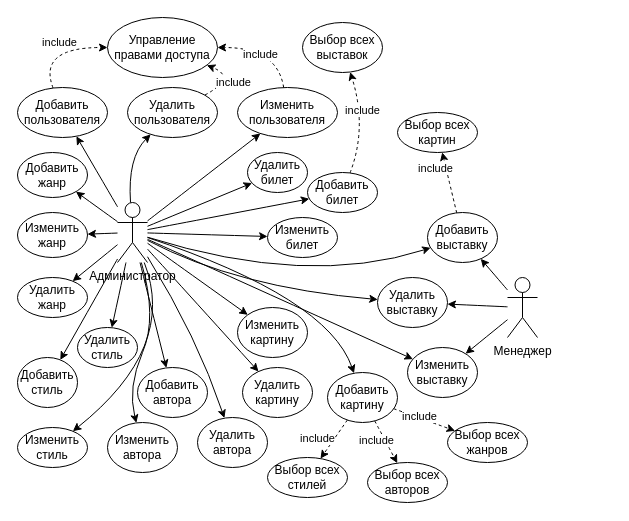
The draw.io diagram docs/UseCase Администрирование.drawio in Effecktus/Galery, before the edit. Source tidied: cells renumbered, new cells numbered last; positions are measured from the earlier drawing's top-left corner, leaving out a move shared by most shapes. Both pictures are drawn from the tidied source at 100%, with x=0, y=0 at pixel (17, 17).
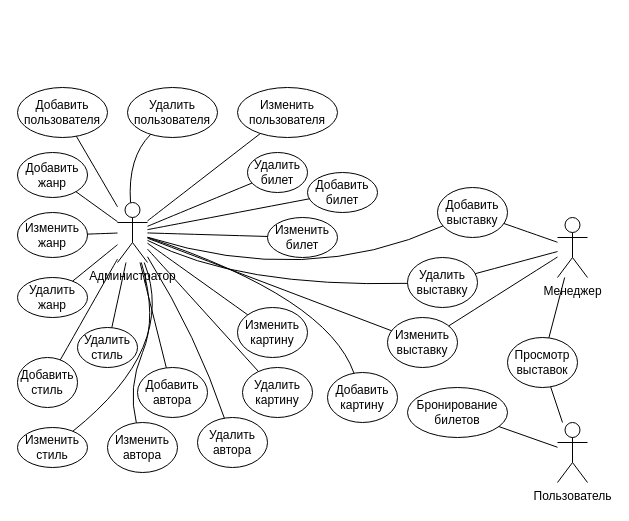
Above is the later version.

The change refers to these unchanged cells:
```xml
<mxCell id="2" value="Администратор" style="shape=umlActor;verticalLabelPosition=bottom;verticalAlign=top;html=1;outlineConnect=0;" parent="1" vertex="1">
  <mxGeometry x="100" y="185" width="30" height="60" as="geometry" />
</mxCell>
<mxCell id="3" value="Добавить пользователя" style="ellipse;whiteSpace=wrap;html=1;" parent="1" vertex="1">
  <mxGeometry y="70" width="90" height="50" as="geometry" />
</mxCell>
<mxCell id="4" value="&lt;div&gt;Изменить&lt;br&gt;пользователя&lt;/div&gt;" style="ellipse;whiteSpace=wrap;html=1;" parent="1" vertex="1">
  <mxGeometry x="220" y="70" width="100" height="50" as="geometry" />
</mxCell>
<mxCell id="5" value="Удалить&lt;div&gt;пользователя&lt;/div&gt;" style="ellipse;whiteSpace=wrap;html=1;" parent="1" vertex="1">
  <mxGeometry x="110" y="70" width="90" height="50" as="geometry" />
</mxCell>
<mxCell id="9" value="Добавить&lt;div&gt;билет&lt;/div&gt;" style="ellipse;whiteSpace=wrap;html=1;" parent="1" vertex="1">
  <mxGeometry x="290" y="155" width="70" height="40" as="geometry" />
</mxCell>
<mxCell id="10" value="Удалить&lt;div&gt;билет&lt;/div&gt;" style="ellipse;whiteSpace=wrap;html=1;" parent="1" vertex="1">
  <mxGeometry x="230" y="135" width="60" height="40" as="geometry" />
</mxCell>
<mxCell id="11" value="Изменить&lt;br&gt;&lt;div&gt;билет&lt;/div&gt;" style="ellipse;whiteSpace=wrap;html=1;" parent="1" vertex="1">
  <mxGeometry x="250" y="200" width="70" height="40" as="geometry" />
</mxCell>
<mxCell id="15" value="Добавить&lt;div&gt;жанр&lt;/div&gt;" style="ellipse;whiteSpace=wrap;html=1;" parent="1" vertex="1">
  <mxGeometry y="135" width="70" height="45" as="geometry" />
</mxCell>
<mxCell id="16" value="Удалить&lt;div&gt;жанр&lt;/div&gt;" style="ellipse;whiteSpace=wrap;html=1;" parent="1" vertex="1">
  <mxGeometry y="260" width="70" height="40" as="geometry" />
</mxCell>
<mxCell id="17" value="Изменить&lt;br&gt;&lt;div&gt;жанр&lt;/div&gt;" style="ellipse;whiteSpace=wrap;html=1;" parent="1" vertex="1">
  <mxGeometry y="195" width="70" height="45" as="geometry" />
</mxCell>
<mxCell id="21" value="Добавить&lt;div&gt;стиль&lt;/div&gt;" style="ellipse;whiteSpace=wrap;html=1;" parent="1" vertex="1">
  <mxGeometry y="340" width="60" height="50" as="geometry" />
</mxCell>
<mxCell id="22" value="Изменить&lt;br&gt;&lt;div&gt;стиль&lt;/div&gt;" style="ellipse;whiteSpace=wrap;html=1;" parent="1" vertex="1">
  <mxGeometry y="410" width="70" height="40" as="geometry" />
</mxCell>
<mxCell id="25" value="Добавить&lt;div&gt;автора&lt;/div&gt;" style="ellipse;whiteSpace=wrap;html=1;" parent="1" vertex="1">
  <mxGeometry x="120" y="350" width="70" height="50" as="geometry" />
</mxCell>
<mxCell id="26" value="Удалить&lt;div&gt;автора&lt;/div&gt;" style="ellipse;whiteSpace=wrap;html=1;" parent="1" vertex="1">
  <mxGeometry x="180" y="400" width="70" height="50" as="geometry" />
</mxCell>
<mxCell id="27" value="Изменить&lt;br&gt;&lt;div&gt;автора&lt;/div&gt;" style="ellipse;whiteSpace=wrap;html=1;" parent="1" vertex="1">
  <mxGeometry x="90" y="405" width="70" height="50" as="geometry" />
</mxCell>
<mxCell id="29" value="Удалить&lt;div&gt;стиль&lt;/div&gt;" style="ellipse;whiteSpace=wrap;html=1;" parent="1" vertex="1">
  <mxGeometry x="60" y="310" width="60" height="40" as="geometry" />
</mxCell>
<mxCell id="53" value="Добавить&lt;div&gt;картину&lt;/div&gt;" style="ellipse;whiteSpace=wrap;html=1;" parent="1" vertex="1">
  <mxGeometry x="310" y="355" width="70" height="50" as="geometry" />
</mxCell>
<mxCell id="54" value="Удалить&lt;div&gt;картину&lt;/div&gt;" style="ellipse;whiteSpace=wrap;html=1;" parent="1" vertex="1">
  <mxGeometry x="225" y="350" width="70" height="50" as="geometry" />
</mxCell>
<mxCell id="55" value="Изменить&lt;br&gt;&lt;div&gt;картину&lt;/div&gt;" style="ellipse;whiteSpace=wrap;html=1;" parent="1" vertex="1">
  <mxGeometry x="220" y="290" width="70" height="50" as="geometry" />
</mxCell>
```

The edit, as a diff of the source:
```diff
@@
-    <mxCell id="6" style="curved=1;endArrow=classic;html=1;rounded=0;" parent="1" edge="1" source="2" target="3">
+    <mxCell id="6" style="curved=1;endArrow=none;html=1;rounded=0;startFill=0;" parent="1" edge="1" source="2" target="3">
       <mxGeometry relative="1" as="geometry" />
     </mxCell>
-    <mxCell id="7" style="curved=1;endArrow=classic;html=1;rounded=0;" parent="1" edge="1" source="2" target="5">
+    <mxCell id="7" style="curved=1;endArrow=none;html=1;rounded=0;startFill=0;" parent="1" edge="1" source="2" target="5">
       <mxGeometry relative="1" as="geometry">
         <Array as="points">
           <mxPoint x="110" y="140" />
         </Array>
       </mxGeometry>
     </mxCell>
-    <mxCell id="8" style="curved=1;endArrow=classic;html=1;rounded=0;" parent="1" edge="1" source="2" target="4">
+    <mxCell id="8" style="curved=1;endArrow=none;html=1;rounded=0;startFill=0;" parent="1" edge="1" source="2" target="4">
       <mxGeometry relative="1" as="geometry" />
     </mxCell>
@@
-    <mxCell id="12" style="curved=1;endArrow=classic;html=1;rounded=0;" parent="1" edge="1" source="2" target="10">
+    <mxCell id="12" style="curved=1;endArrow=none;html=1;rounded=0;startFill=0;" parent="1" edge="1" source="2" target="10">
       <mxGeometry relative="1" as="geometry" />
     </mxCell>
-    <mxCell id="13" style="curved=1;endArrow=classic;html=1;rounded=0;" parent="1" edge="1" source="2" target="9">
+    <mxCell id="13" style="curved=1;endArrow=none;html=1;rounded=0;startFill=0;" parent="1" edge="1" source="2" target="9">
       <mxGeometry relative="1" as="geometry" />
     </mxCell>
-    <mxCell id="14" style="curved=1;endArrow=classic;html=1;rounded=0;" parent="1" edge="1" source="2" target="11">
+    <mxCell id="14" style="curved=1;endArrow=none;html=1;rounded=0;startFill=0;" parent="1" edge="1" source="2" target="11">
       <mxGeometry relative="1" as="geometry" />
     </mxCell>
@@
-    <mxCell id="18" style="curved=1;endArrow=classic;html=1;rounded=0;" parent="1" edge="1" source="2" target="15">
+    <mxCell id="18" style="curved=1;endArrow=none;html=1;rounded=0;startFill=0;" parent="1" edge="1" source="2" target="15">
       <mxGeometry relative="1" as="geometry" />
     </mxCell>
-    <mxCell id="19" style="curved=1;endArrow=classic;html=1;rounded=0;" parent="1" edge="1" source="2" target="17">
+    <mxCell id="19" style="curved=1;endArrow=none;html=1;rounded=0;startFill=0;" parent="1" edge="1" source="2" target="17">
       <mxGeometry relative="1" as="geometry" />
     </mxCell>
-    <mxCell id="20" style="curved=1;endArrow=classic;html=1;rounded=0;" parent="1" edge="1" source="2" target="16">
+    <mxCell id="20" style="curved=1;endArrow=none;html=1;rounded=0;startFill=0;" parent="1" edge="1" source="2" target="16">
       <mxGeometry relative="1" as="geometry" />
     </mxCell>
@@
-    <mxCell id="23" style="curved=1;endArrow=classic;html=1;rounded=0;" parent="1" edge="1" source="2" target="21">
+    <mxCell id="23" style="curved=1;endArrow=none;html=1;rounded=0;startFill=0;" parent="1" edge="1" source="2" target="21">
       <mxGeometry relative="1" as="geometry" />
     </mxCell>
-    <mxCell id="24" style="curved=1;endArrow=classic;html=1;rounded=0;" parent="1" edge="1" source="2" target="22">
+    <mxCell id="24" style="curved=1;endArrow=none;html=1;rounded=0;startFill=0;" parent="1" edge="1" source="2" target="22">
       <mxGeometry relative="1" as="geometry">
         <Array as="points">
           <mxPoint x="160" y="330" />
         </Array>
       </mxGeometry>
     </mxCell>
@@
-    <mxCell id="28" style="curved=1;endArrow=classic;html=1;rounded=0;" parent="1" edge="1" source="2" target="29">
+    <mxCell id="28" style="curved=1;endArrow=none;html=1;rounded=0;startFill=0;" parent="1" edge="1" source="2" target="29">
       <mxGeometry relative="1" as="geometry" />
     </mxCell>
@@
-    <mxCell id="30" style="curved=1;endArrow=classic;html=1;rounded=0;" parent="1" edge="1" source="2" target="27">
+    <mxCell id="30" style="curved=1;endArrow=none;html=1;rounded=0;startFill=0;" parent="1" edge="1" source="2" target="27">
       <mxGeometry relative="1" as="geometry">
         <Array as="points">
           <mxPoint x="140" y="300" />
           <mxPoint x="110" y="370" />
         </Array>
       </mxGeometry>
     </mxCell>
-    <mxCell id="31" style="curved=1;endArrow=classic;html=1;rounded=0;" parent="1" edge="1" source="2" target="25">
+    <mxCell id="31" style="curved=1;endArrow=none;html=1;rounded=0;startFill=0;" parent="1" edge="1" source="2" target="25">
       <mxGeometry relative="1" as="geometry" />
     </mxCell>
-    <mxCell id="32" style="curved=1;endArrow=classic;html=1;rounded=0;" parent="1" edge="1" source="2" target="26">
+    <mxCell id="32" style="curved=1;endArrow=none;html=1;rounded=0;startFill=0;" parent="1" edge="1" source="2">
       <mxGeometry relative="1" as="geometry">
+        <mxPoint x="207" y="401" as="targetPoint" />
         <Array as="points">
           <mxPoint x="180" y="320" />
         </Array>
       </mxGeometry>
     </mxCell>
     <mxCell id="33" value="Добавить&lt;div&gt;выставку&lt;/div&gt;" style="ellipse;whiteSpace=wrap;html=1;" parent="1" vertex="1">
-      <mxGeometry x="410" y="195" width="70" height="50" as="geometry" />
+      <mxGeometry x="420" y="170" width="70" height="50" as="geometry" />
     </mxCell>
     <mxCell id="34" value="Удалить&lt;div&gt;выставку&lt;/div&gt;" style="ellipse;whiteSpace=wrap;html=1;" parent="1" vertex="1">
-      <mxGeometry x="360" y="260" width="70" height="50" as="geometry" />
+      <mxGeometry x="390" y="240" width="70" height="50" as="geometry" />
     </mxCell>
     <mxCell id="35" value="Изменить&lt;br&gt;&lt;div&gt;выставку&lt;/div&gt;" style="ellipse;whiteSpace=wrap;html=1;" parent="1" vertex="1">
-      <mxGeometry x="390" y="330" width="70" height="50" as="geometry" />
+      <mxGeometry x="370" y="300" width="70" height="50" as="geometry" />
     </mxCell>
-    <mxCell id="36" value="Управление правами доступа" style="ellipse;whiteSpace=wrap;html=1;" parent="1" vertex="1">
-      <mxGeometry x="90" width="110" height="60" as="geometry" />
-    </mxCell>
-    <mxCell id="37" style="curved=1;endArrow=classic;html=1;rounded=0;dashed=1;" parent="1" edge="1" source="4" target="36">
-      <mxGeometry relative="1" as="geometry">
-        <Array as="points">
-          <mxPoint x="260" y="30" />
-        </Array>
-      </mxGeometry>
-    </mxCell>
-    <mxCell id="38" value="include" style="edgeLabel;html=1;align=center;verticalAlign=middle;" parent="37" vertex="1">
-      <mxGeometry x="0.15" y="6" relative="1" as="geometry" />
-    </mxCell>
-    <mxCell id="39" style="curved=1;endArrow=classic;html=1;rounded=0;dashed=1;" parent="1" edge="1" source="5" target="36">
-      <mxGeometry relative="1" as="geometry">
-        <Array as="points">
-          <mxPoint x="220" y="60" />
-        </Array>
-      </mxGeometry>
-    </mxCell>
-    <mxCell id="40" value="include" style="edgeLabel;html=1;align=center;verticalAlign=middle;" parent="39" vertex="1">
-      <mxGeometry x="0.15" y="6" relative="1" as="geometry" />
-    </mxCell>
-    <mxCell id="41" style="curved=1;endArrow=classic;html=1;rounded=0;dashed=1;" parent="1" edge="1" source="3" target="36">
-      <mxGeometry relative="1" as="geometry">
-        <Array as="points">
-          <mxPoint x="20" y="30" />
-        </Array>
-      </mxGeometry>
-    </mxCell>
-    <mxCell id="42" value="include" style="edgeLabel;html=1;align=center;verticalAlign=middle;" parent="41" vertex="1">
-      <mxGeometry x="0.15" y="6" relative="1" as="geometry" />
-    </mxCell>
-    <mxCell id="43" style="curved=1;endArrow=classic;html=1;rounded=0;" parent="1" edge="1" source="2" target="35">
+    <mxCell id="43" style="curved=1;endArrow=none;html=1;rounded=0;startFill=0;" parent="1" edge="1" source="2" target="35">
       <mxGeometry relative="1" as="geometry" />
     </mxCell>
-    <mxCell id="44" style="curved=1;endArrow=classic;html=1;rounded=0;" parent="1" edge="1" source="2" target="33">
+    <mxCell id="44" style="curved=1;endArrow=none;html=1;rounded=0;startFill=0;" parent="1" edge="1" source="2" target="33">
       <mxGeometry relative="1" as="geometry">
         <Array as="points">
           <mxPoint x="290" y="270" />
         </Array>
       </mxGeometry>
     </mxCell>
-    <mxCell id="45" style="curved=1;endArrow=classic;html=1;rounded=0;" parent="1" edge="1" source="2" target="34">
+    <mxCell id="45" style="curved=1;endArrow=none;html=1;rounded=0;startFill=0;" parent="1" edge="1" source="2" target="34">
       <mxGeometry relative="1" as="geometry">
         <Array as="points">
           <mxPoint x="220" y="270" />
         </Array>
       </mxGeometry>
     </mxCell>
     <mxCell id="46" value="Менеджер" style="shape=umlActor;verticalLabelPosition=bottom;verticalAlign=top;html=1;outlineConnect=0;" parent="1" vertex="1">
-      <mxGeometry x="490" y="260" width="30" height="60" as="geometry" />
+      <mxGeometry x="540" y="200" width="30" height="60" as="geometry" />
     </mxCell>
-    <mxCell id="47" style="curved=1;endArrow=classic;html=1;rounded=0;" parent="1" edge="1" source="46" target="33">
+    <mxCell id="47" style="curved=1;endArrow=none;html=1;rounded=0;startFill=0;" parent="1" edge="1" source="46" target="33">
       <mxGeometry relative="1" as="geometry" />
     </mxCell>
-    <mxCell id="48" style="curved=1;endArrow=classic;html=1;rounded=0;" parent="1" edge="1" source="46" target="35">
+    <mxCell id="48" style="curved=1;endArrow=none;html=1;rounded=0;startFill=0;" parent="1" edge="1" source="46" target="35">
       <mxGeometry relative="1" as="geometry" />
     </mxCell>
-    <mxCell id="49" style="curved=1;endArrow=classic;html=1;rounded=0;" parent="1" edge="1" source="46" target="34">
+    <mxCell id="49" style="curved=1;endArrow=none;html=1;rounded=0;startFill=0;" parent="1" edge="1" source="46" target="34">
       <mxGeometry relative="1" as="geometry" />
     </mxCell>
-    <mxCell id="50" value="Выбор всех выставок" style="ellipse;whiteSpace=wrap;html=1;" parent="1" vertex="1">
-      <mxGeometry x="285" y="5" width="80" height="50" as="geometry" />
-    </mxCell>
-    <mxCell id="51" style="curved=1;endArrow=classic;html=1;rounded=0;dashed=1;" parent="1" edge="1" source="9" target="50">
-      <mxGeometry relative="1" as="geometry">
-        <Array as="points">
-          <mxPoint x="350" y="110" />
-        </Array>
-      </mxGeometry>
-    </mxCell>
-    <mxCell id="52" value="include" style="edgeLabel;html=1;align=center;verticalAlign=middle;" parent="51" vertex="1">
-      <mxGeometry x="0.26" relative="1" as="geometry" />
-    </mxCell>
@@
-    <mxCell id="56" style="curved=1;endArrow=classic;html=1;rounded=0;" parent="1" edge="1" source="2" target="54">
+    <mxCell id="56" style="curved=1;endArrow=none;html=1;rounded=0;startFill=0;" parent="1" edge="1" source="2" target="54">
       <mxGeometry relative="1" as="geometry" />
     </mxCell>
-    <mxCell id="57" style="curved=1;endArrow=classic;html=1;rounded=0;" parent="1" edge="1" source="2" target="55">
+    <mxCell id="57" style="curved=1;endArrow=none;html=1;rounded=0;startFill=0;" parent="1" edge="1" source="2" target="55">
       <mxGeometry relative="1" as="geometry" />
     </mxCell>
-    <mxCell id="58" style="curved=1;endArrow=classic;html=1;rounded=0;" parent="1" edge="1" source="2" target="53">
+    <mxCell id="58" style="curved=1;endArrow=none;html=1;rounded=0;startFill=0;" parent="1" edge="1" source="2" target="53">
       <mxGeometry relative="1" as="geometry">
         <Array as="points">
           <mxPoint x="310" y="280" />
         </Array>
       </mxGeometry>
     </mxCell>
-    <mxCell id="59" value="Выбор всех стилей" style="ellipse;whiteSpace=wrap;html=1;" parent="1" vertex="1">
-      <mxGeometry x="250" y="440" width="80" height="40" as="geometry" />
-    </mxCell>
-    <mxCell id="60" value="Выбор всех жанров" style="ellipse;whiteSpace=wrap;html=1;" parent="1" vertex="1">
-      <mxGeometry x="430" y="405" width="80" height="40" as="geometry" />
-    </mxCell>
-    <mxCell id="61" value="Выбор всех авторов" style="ellipse;whiteSpace=wrap;html=1;" parent="1" vertex="1">
-      <mxGeometry x="350" y="445" width="80" height="40" as="geometry" />
-    </mxCell>
-    <mxCell id="62" style="curved=1;endArrow=classic;html=1;rounded=0;dashed=1;" parent="1" edge="1" source="53" target="59">
-      <mxGeometry relative="1" as="geometry" />
-    </mxCell>
-    <mxCell id="63" value="include" style="edgeLabel;html=1;align=center;verticalAlign=middle;" parent="62" vertex="1">
-      <mxGeometry x="0.26" relative="1" as="geometry">
-        <mxPoint x="-13" y="-7" as="offset" />
-      </mxGeometry>
-    </mxCell>
-    <mxCell id="64" style="curved=1;endArrow=classic;html=1;rounded=0;dashed=1;" parent="1" edge="1" source="53" target="61">
-      <mxGeometry relative="1" as="geometry" />
-    </mxCell>
-    <mxCell id="65" value="include" style="edgeLabel;html=1;align=center;verticalAlign=middle;" parent="64" vertex="1">
-      <mxGeometry x="0.26" relative="1" as="geometry">
-        <mxPoint x="-13" y="-7" as="offset" />
-      </mxGeometry>
-    </mxCell>
-    <mxCell id="66" style="curved=1;endArrow=classic;html=1;rounded=0;dashed=1;" parent="1" edge="1" source="53" target="60">
-      <mxGeometry relative="1" as="geometry" />
-    </mxCell>
-    <mxCell id="67" value="include" style="edgeLabel;html=1;align=center;verticalAlign=middle;" parent="66" vertex="1">
-      <mxGeometry x="0.26" relative="1" as="geometry">
-        <mxPoint x="-13" y="-7" as="offset" />
-      </mxGeometry>
-    </mxCell>
-    <mxCell id="68" style="curved=1;endArrow=classic;html=1;rounded=0;dashed=1;" parent="1" edge="1" source="33" target="70">
-      <mxGeometry relative="1" as="geometry" />
-    </mxCell>
-    <mxCell id="69" value="include" style="edgeLabel;html=1;align=center;verticalAlign=middle;" parent="68" vertex="1">
-      <mxGeometry x="0.26" relative="1" as="geometry">
-        <mxPoint x="-13" y="-7" as="offset" />
-      </mxGeometry>
-    </mxCell>
-    <mxCell id="70" value="Выбор всех картин" style="ellipse;whiteSpace=wrap;html=1;" parent="1" vertex="1">
-      <mxGeometry x="380" y="95" width="80" height="40" as="geometry" />
-    </mxCell>
+    <mxCell id="71" value="Пользователь" style="shape=umlActor;verticalLabelPosition=bottom;verticalAlign=top;html=1;outlineConnect=0;" parent="1" vertex="1">
+      <mxGeometry x="540" y="405" width="30" height="60" as="geometry" />
+    </mxCell>
+    <mxCell id="72" value="Бронирование билетов" style="ellipse;whiteSpace=wrap;html=1;" parent="1" vertex="1">
+      <mxGeometry x="390" y="370" width="100" height="50" as="geometry" />
+    </mxCell>
+    <mxCell id="73" style="endArrow=none;html=1;rounded=0;" parent="1" edge="1" source="72" target="71">
+      <mxGeometry relative="1" as="geometry" />
+    </mxCell>
+    <mxCell id="74" value="Просмотр выставок" style="ellipse;whiteSpace=wrap;html=1;" parent="1" vertex="1">
+      <mxGeometry x="490" y="320" width="70" height="50" as="geometry" />
+    </mxCell>
+    <mxCell id="75" style="endArrow=none;html=1;rounded=0;" parent="1" edge="1" source="74" target="46">
+      <mxGeometry relative="1" as="geometry" />
+    </mxCell>
+    <mxCell id="76" style="endArrow=none;html=1;rounded=0;" parent="1" edge="1" source="74" target="71">
+      <mxGeometry relative="1" as="geometry" />
+    </mxCell>
```
